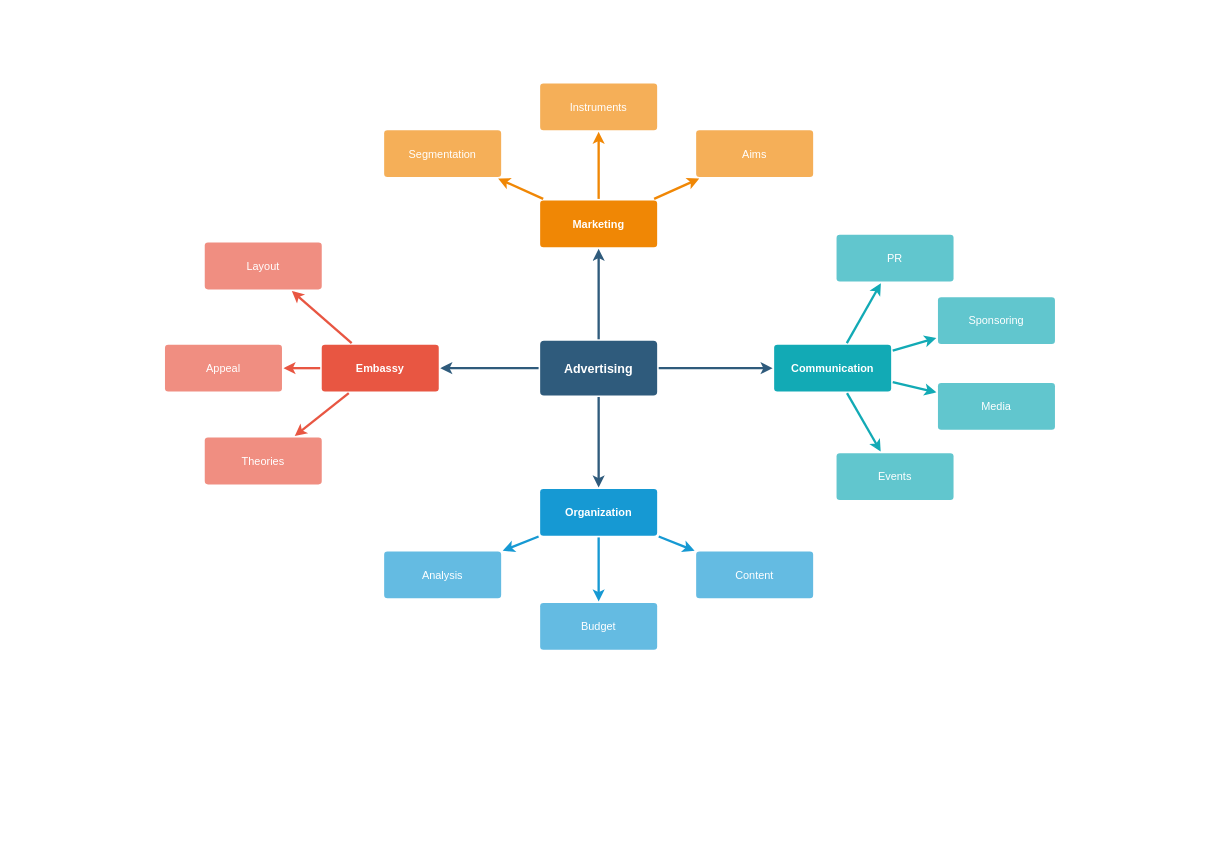
Earlier version of the draw.io diagram Диаграмма без названия.drawio (Gaius-Capito/dance_site). Source tidied: cells renumbered, new cells numbered last; positions are measured from the earlier drawing's top-left corner, leaving out a move shared by most shapes. Both pictures are drawn from the tidied source at 78%, with x=0, y=0 at pixel (165, 83).
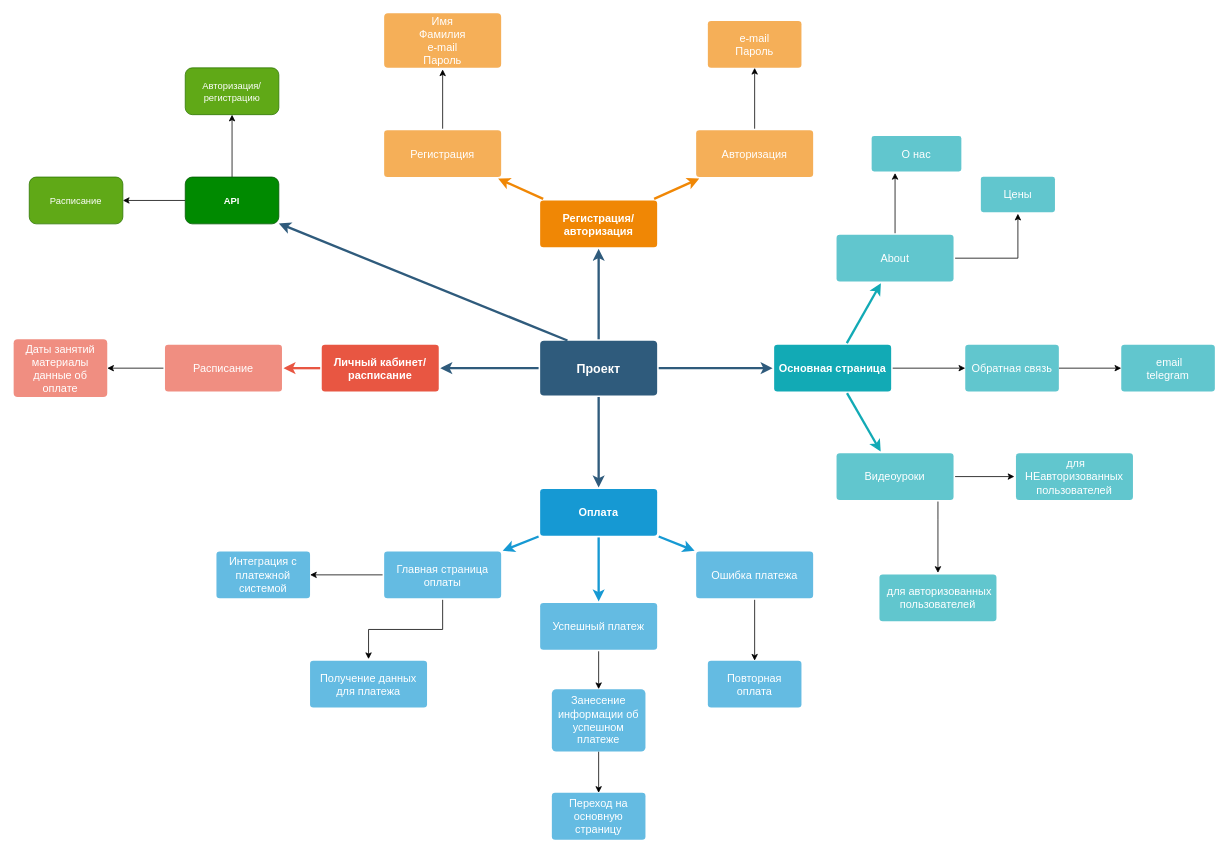
The same diagram, later.

Diff of the diagram source:
```diff
@@
-    <mxCell id="6" value="Advertising" style="rounded=1;whiteSpace=wrap;html=1;shadow=0;labelBackgroundColor=none;strokeColor=none;strokeWidth=3;fillColor=#2F5B7C;fontFamily=Helvetica;fontSize=16;fontColor=#FFFFFF;align=center;fontStyle=1;spacing=5;arcSize=7;perimeterSpacing=2;" parent="1" vertex="1">
+    <mxCell id="6" value="Проект" style="rounded=1;whiteSpace=wrap;html=1;shadow=0;labelBackgroundColor=none;strokeColor=none;strokeWidth=3;fillColor=#2F5B7C;fontFamily=Helvetica;fontSize=16;fontColor=#FFFFFF;align=center;fontStyle=1;spacing=5;arcSize=7;perimeterSpacing=2;" parent="1" vertex="1">
       <mxGeometry x="481" y="330.5" width="150" height="70" as="geometry" />
     </mxCell>
-    <mxCell id="7" style="edgeStyle=none;rounded=1;jumpStyle=none;html=1;shadow=0;labelBackgroundColor=none;startArrow=none;startFill=0;jettySize=auto;strokeColor=#E85642;strokeWidth=3;fontFamily=Helvetica;fontSize=14;fontColor=#FFFFFF;spacing=5;fontStyle=1;fillColor=#b0e3e6;" parent="1" edge="1" source="10" target="13">
-      <mxGeometry relative="1" as="geometry" />
-    </mxCell>
@@
-    <mxCell id="9" style="edgeStyle=none;rounded=1;jumpStyle=none;html=1;shadow=0;labelBackgroundColor=none;startArrow=none;startFill=0;jettySize=auto;strokeColor=#E85642;strokeWidth=3;fontFamily=Helvetica;fontSize=14;fontColor=#FFFFFF;spacing=5;fontStyle=1;fillColor=#b0e3e6;" parent="1" edge="1" source="10" target="11">
-      <mxGeometry relative="1" as="geometry" />
-    </mxCell>
-    <mxCell id="10" value="Embassy" style="rounded=1;whiteSpace=wrap;html=1;shadow=0;labelBackgroundColor=none;strokeColor=none;strokeWidth=3;fillColor=#e85642;fontFamily=Helvetica;fontSize=14;fontColor=#FFFFFF;align=center;spacing=5;fontStyle=1;arcSize=7;perimeterSpacing=2;" parent="1" vertex="1">
+    <mxCell id="10" value="Личный кабинет/расписание" style="rounded=1;whiteSpace=wrap;html=1;shadow=0;labelBackgroundColor=none;strokeColor=none;strokeWidth=3;fillColor=#e85642;fontFamily=Helvetica;fontSize=14;fontColor=#FFFFFF;align=center;spacing=5;fontStyle=1;arcSize=7;perimeterSpacing=2;" parent="1" vertex="1">
       <mxGeometry x="201" y="335.5" width="150" height="60" as="geometry" />
     </mxCell>
-    <mxCell id="11" value="Theories" style="rounded=1;whiteSpace=wrap;html=1;shadow=0;labelBackgroundColor=none;strokeColor=none;strokeWidth=3;fillColor=#f08e81;fontFamily=Helvetica;fontSize=14;fontColor=#FFFFFF;align=center;spacing=5;fontStyle=0;arcSize=7;perimeterSpacing=2;" parent="1" vertex="1">
-      <mxGeometry x="51" y="454.5" width="150" height="60" as="geometry" />
-    </mxCell>
+    <mxCell id="37" style="edgeStyle=orthogonalEdgeStyle;rounded=0;jettySize=auto;html=1;" parent="1" edge="1" source="12" target="65">
+      <mxGeometry relative="1" as="geometry" />
+    </mxCell>
-    <mxCell id="12" value="Appeal" style="rounded=1;whiteSpace=wrap;html=1;shadow=0;labelBackgroundColor=none;strokeColor=none;strokeWidth=3;fillColor=#f08e81;fontFamily=Helvetica;fontSize=14;fontColor=#FFFFFF;align=center;spacing=5;fontStyle=0;arcSize=7;perimeterSpacing=2;" parent="1" vertex="1">
+    <mxCell id="12" value="Расписание" style="rounded=1;whiteSpace=wrap;html=1;shadow=0;labelBackgroundColor=none;strokeColor=none;strokeWidth=3;fillColor=#f08e81;fontFamily=Helvetica;fontSize=14;fontColor=#FFFFFF;align=center;spacing=5;fontStyle=0;arcSize=7;perimeterSpacing=2;" parent="1" vertex="1">
       <mxGeometry y="335.5" width="150" height="60" as="geometry" />
     </mxCell>
-    <mxCell id="13" value="Layout" style="rounded=1;whiteSpace=wrap;html=1;shadow=0;labelBackgroundColor=none;strokeColor=none;strokeWidth=3;fillColor=#f08e81;fontFamily=Helvetica;fontSize=14;fontColor=#FFFFFF;align=center;spacing=5;fontStyle=0;arcSize=7;perimeterSpacing=2;" parent="1" vertex="1">
-      <mxGeometry x="51" y="204.5" width="150" height="60" as="geometry" />
-    </mxCell>
@@
-    <mxCell id="17" value="Organization" style="rounded=1;whiteSpace=wrap;html=1;shadow=0;labelBackgroundColor=none;strokeColor=none;strokeWidth=3;fillColor=#1699d3;fontFamily=Helvetica;fontSize=14;fontColor=#FFFFFF;align=center;spacing=5;fontStyle=1;arcSize=7;perimeterSpacing=2;" parent="1" vertex="1">
+    <mxCell id="17" value="Оплата" style="rounded=1;whiteSpace=wrap;html=1;shadow=0;labelBackgroundColor=none;strokeColor=none;strokeWidth=3;fillColor=#1699d3;fontFamily=Helvetica;fontSize=14;fontColor=#FFFFFF;align=center;spacing=5;fontStyle=1;arcSize=7;perimeterSpacing=2;" parent="1" vertex="1">
       <mxGeometry x="481" y="520.5" width="150" height="60" as="geometry" />
     </mxCell>
+    <mxCell id="38" style="edgeStyle=orthogonalEdgeStyle;rounded=0;jettySize=auto;html=1;exitX=0.5;exitY=1;exitDx=0;exitDy=0;entryX=0.5;entryY=0;entryDx=0;entryDy=0;" parent="1" edge="1" source="18" target="58">
+      <mxGeometry relative="1" as="geometry" />
+    </mxCell>
-    <mxCell id="18" value="Content" style="rounded=1;whiteSpace=wrap;html=1;shadow=0;labelBackgroundColor=none;strokeColor=none;strokeWidth=3;fillColor=#64bbe2;fontFamily=Helvetica;fontSize=14;fontColor=#FFFFFF;align=center;spacing=5;arcSize=7;perimeterSpacing=2;" parent="1" vertex="1">
+    <mxCell id="18" value="Ошибка платежа" style="rounded=1;whiteSpace=wrap;html=1;shadow=0;labelBackgroundColor=none;strokeColor=none;strokeWidth=3;fillColor=#64bbe2;fontFamily=Helvetica;fontSize=14;fontColor=#FFFFFF;align=center;spacing=5;arcSize=7;perimeterSpacing=2;" parent="1" vertex="1">
       <mxGeometry x="681" y="600.5" width="150" height="60" as="geometry" />
     </mxCell>
+    <mxCell id="39" style="edgeStyle=orthogonalEdgeStyle;rounded=0;jettySize=auto;html=1;" parent="1" edge="1" source="19" target="62">
+      <mxGeometry relative="1" as="geometry" />
+    </mxCell>
-    <mxCell id="19" value="Budget" style="rounded=1;whiteSpace=wrap;html=1;shadow=0;labelBackgroundColor=none;strokeColor=none;strokeWidth=3;fillColor=#64bbe2;fontFamily=Helvetica;fontSize=14;fontColor=#FFFFFF;align=center;spacing=5;arcSize=7;perimeterSpacing=2;" parent="1" vertex="1">
+    <mxCell id="19" value="Успешный платеж" style="rounded=1;whiteSpace=wrap;html=1;shadow=0;labelBackgroundColor=none;strokeColor=none;strokeWidth=3;fillColor=#64bbe2;fontFamily=Helvetica;fontSize=14;fontColor=#FFFFFF;align=center;spacing=5;arcSize=7;perimeterSpacing=2;" parent="1" vertex="1">
       <mxGeometry x="481" y="666.5" width="150" height="60" as="geometry" />
     </mxCell>
+    <mxCell id="40" style="edgeStyle=orthogonalEdgeStyle;rounded=0;jettySize=auto;html=1;" parent="1" edge="1" source="20" target="59">
+      <mxGeometry relative="1" as="geometry" />
+    </mxCell>
+    <mxCell id="41" style="edgeStyle=orthogonalEdgeStyle;rounded=0;jettySize=auto;html=1;" parent="1" edge="1" source="20" target="60">
+      <mxGeometry relative="1" as="geometry" />
+    </mxCell>
-    <mxCell id="20" value="Analysis" style="rounded=1;whiteSpace=wrap;html=1;shadow=0;labelBackgroundColor=none;strokeColor=none;strokeWidth=3;fillColor=#64bbe2;fontFamily=Helvetica;fontSize=14;fontColor=#FFFFFF;align=center;spacing=5;arcSize=7;perimeterSpacing=2;" parent="1" vertex="1">
+    <mxCell id="20" value="Главная страница оплаты" style="rounded=1;whiteSpace=wrap;html=1;shadow=0;labelBackgroundColor=none;strokeColor=none;strokeWidth=3;fillColor=#64bbe2;fontFamily=Helvetica;fontSize=14;fontColor=#FFFFFF;align=center;spacing=5;arcSize=7;perimeterSpacing=2;" parent="1" vertex="1">
       <mxGeometry x="281" y="600.5" width="150" height="60" as="geometry" />
     </mxCell>
-    <mxCell id="21" value="Marketing" style="rounded=1;whiteSpace=wrap;html=1;shadow=0;labelBackgroundColor=none;strokeColor=none;strokeWidth=3;fillColor=#F08705;fontFamily=Helvetica;fontSize=14;fontColor=#FFFFFF;align=center;spacing=5;fontStyle=1;arcSize=7;perimeterSpacing=2;" parent="1" vertex="1">
+    <mxCell id="21" value="Регистрация/авторизация" style="rounded=1;whiteSpace=wrap;html=1;shadow=0;labelBackgroundColor=none;strokeColor=none;strokeWidth=3;fillColor=#F08705;fontFamily=Helvetica;fontSize=14;fontColor=#FFFFFF;align=center;spacing=5;fontStyle=1;arcSize=7;perimeterSpacing=2;" parent="1" vertex="1">
       <mxGeometry x="481" y="150.5" width="150" height="60" as="geometry" />
     </mxCell>
+    <mxCell id="42" style="edgeStyle=orthogonalEdgeStyle;rounded=0;jettySize=auto;html=1;" parent="1" edge="1" source="22" target="54">
+      <mxGeometry relative="1" as="geometry" />
+    </mxCell>
-    <mxCell id="22" value="Aims&lt;br&gt;" style="rounded=1;whiteSpace=wrap;html=1;shadow=0;labelBackgroundColor=none;strokeColor=none;strokeWidth=3;fillColor=#f5af58;fontFamily=Helvetica;fontSize=14;fontColor=#FFFFFF;align=center;spacing=5;arcSize=7;perimeterSpacing=2;" parent="1" vertex="1">
+    <mxCell id="22" value="Авторизация" style="rounded=1;whiteSpace=wrap;html=1;shadow=0;labelBackgroundColor=none;strokeColor=none;strokeWidth=3;fillColor=#f5af58;fontFamily=Helvetica;fontSize=14;fontColor=#FFFFFF;align=center;spacing=5;arcSize=7;perimeterSpacing=2;" parent="1" vertex="1">
       <mxGeometry x="681" y="60.5" width="150" height="60" as="geometry" />
     </mxCell>
@@
-    <mxCell id="24" value="Instruments" style="rounded=1;whiteSpace=wrap;html=1;shadow=0;labelBackgroundColor=none;strokeColor=none;strokeWidth=3;fillColor=#f5af58;fontFamily=Helvetica;fontSize=14;fontColor=#FFFFFF;align=center;spacing=5;arcSize=7;perimeterSpacing=2;" parent="1" vertex="1">
-      <mxGeometry x="481" y="0.5" width="150" height="60" as="geometry" />
-    </mxCell>
-    <mxCell id="25" style="edgeStyle=none;rounded=0;jumpStyle=none;html=1;shadow=0;labelBackgroundColor=none;startArrow=none;startFill=0;endArrow=classic;endFill=1;jettySize=auto;strokeColor=#F08705;strokeWidth=3;fontFamily=Helvetica;fontSize=14;fontColor=#FFFFFF;spacing=5;" parent="1" edge="1" source="21" target="24">
-      <mxGeometry relative="1" as="geometry" />
-    </mxCell>
+    <mxCell id="43" style="edgeStyle=orthogonalEdgeStyle;rounded=0;jettySize=auto;html=1;" parent="1" edge="1" source="26" target="53">
+      <mxGeometry relative="1" as="geometry" />
+    </mxCell>
-    <mxCell id="26" value="Segmentation" style="rounded=1;whiteSpace=wrap;html=1;shadow=0;labelBackgroundColor=none;strokeColor=none;strokeWidth=3;fillColor=#f5af58;fontFamily=Helvetica;fontSize=14;fontColor=#FFFFFF;align=center;spacing=5;arcSize=7;perimeterSpacing=2;" parent="1" vertex="1">
+    <mxCell id="26" value="Регистрация" style="rounded=1;whiteSpace=wrap;html=1;shadow=0;labelBackgroundColor=none;strokeColor=none;strokeWidth=3;fillColor=#f5af58;fontFamily=Helvetica;fontSize=14;fontColor=#FFFFFF;align=center;spacing=5;arcSize=7;perimeterSpacing=2;" parent="1" vertex="1">
       <mxGeometry x="281" y="60.5" width="150" height="60" as="geometry" />
     </mxCell>
@@
+    <mxCell id="44" style="edgeStyle=orthogonalEdgeStyle;rounded=0;jettySize=auto;html=1;" parent="1" edge="1" source="28" target="52">
+      <mxGeometry relative="1" as="geometry" />
+    </mxCell>
-    <mxCell id="28" value="Communication" style="rounded=1;whiteSpace=wrap;html=1;shadow=0;labelBackgroundColor=none;strokeColor=none;strokeWidth=3;fillColor=#12aab5;fontFamily=Helvetica;fontSize=14;fontColor=#FFFFFF;align=center;spacing=5;fontStyle=1;arcSize=7;perimeterSpacing=2;" parent="1" vertex="1">
+    <mxCell id="28" value="Основная страница" style="rounded=1;whiteSpace=wrap;html=1;shadow=0;labelBackgroundColor=none;strokeColor=none;strokeWidth=3;fillColor=#12aab5;fontFamily=Helvetica;fontSize=14;fontColor=#FFFFFF;align=center;spacing=5;fontStyle=1;arcSize=7;perimeterSpacing=2;" parent="1" vertex="1">
       <mxGeometry x="781" y="335.5" width="150" height="60" as="geometry" />
     </mxCell>
+    <mxCell id="45" style="edgeStyle=orthogonalEdgeStyle;rounded=0;jettySize=auto;html=1;" parent="1" edge="1" source="29" target="56">
+      <mxGeometry relative="1" as="geometry">
+        <Array as="points">
+          <mxPoint x="991" y="560" />
+          <mxPoint x="991" y="560" />
+        </Array>
+      </mxGeometry>
+    </mxCell>
+    <mxCell id="46" style="edgeStyle=orthogonalEdgeStyle;rounded=0;jettySize=auto;html=1;" parent="1" edge="1" source="29" target="57">
+      <mxGeometry relative="1" as="geometry" />
+    </mxCell>
-    <mxCell id="29" value="Events" style="rounded=1;whiteSpace=wrap;html=1;shadow=0;labelBackgroundColor=none;strokeColor=none;strokeWidth=3;fillColor=#61c6ce;fontFamily=Helvetica;fontSize=14;fontColor=#FFFFFF;align=center;spacing=5;fontStyle=0;arcSize=7;perimeterSpacing=2;" parent="1" vertex="1">
+    <mxCell id="29" value="Видеоуроки" style="rounded=1;whiteSpace=wrap;html=1;shadow=0;labelBackgroundColor=none;strokeColor=none;strokeWidth=3;fillColor=#61c6ce;fontFamily=Helvetica;fontSize=14;fontColor=#FFFFFF;align=center;spacing=5;fontStyle=0;arcSize=7;perimeterSpacing=2;" parent="1" vertex="1">
       <mxGeometry x="861" y="474.5" width="150" height="60" as="geometry" />
     </mxCell>
@@
-    <mxCell id="31" value="Media" style="rounded=1;whiteSpace=wrap;html=1;shadow=0;labelBackgroundColor=none;strokeColor=none;strokeWidth=3;fillColor=#61c6ce;fontFamily=Helvetica;fontSize=14;fontColor=#FFFFFF;align=center;spacing=5;fontStyle=0;arcSize=7;perimeterSpacing=2;" parent="1" vertex="1">
-      <mxGeometry x="991" y="384.5" width="150" height="60" as="geometry" />
-    </mxCell>
-    <mxCell id="32" style="edgeStyle=none;rounded=1;jumpStyle=none;html=1;shadow=0;labelBackgroundColor=none;startArrow=none;startFill=0;jettySize=auto;strokeColor=#12AAB5;strokeWidth=3;fontFamily=Helvetica;fontSize=14;fontColor=#FFFFFF;spacing=5;fontStyle=1;fillColor=#b0e3e6;" parent="1" edge="1" source="28" target="31">
-      <mxGeometry relative="1" as="geometry" />
-    </mxCell>
-    <mxCell id="33" value="Sponsoring" style="rounded=1;whiteSpace=wrap;html=1;shadow=0;labelBackgroundColor=none;strokeColor=none;strokeWidth=3;fillColor=#61c6ce;fontFamily=Helvetica;fontSize=14;fontColor=#FFFFFF;align=center;spacing=5;fontStyle=0;arcSize=7;perimeterSpacing=2;" parent="1" vertex="1">
-      <mxGeometry x="991" y="274.5" width="150" height="60" as="geometry" />
-    </mxCell>
-    <mxCell id="34" style="edgeStyle=none;rounded=1;jumpStyle=none;html=1;shadow=0;labelBackgroundColor=none;startArrow=none;startFill=0;jettySize=auto;strokeColor=#12AAB5;strokeWidth=3;fontFamily=Helvetica;fontSize=14;fontColor=#FFFFFF;spacing=5;fontStyle=1;fillColor=#b0e3e6;" parent="1" edge="1" source="28" target="33">
-      <mxGeometry relative="1" as="geometry" />
-    </mxCell>
+    <mxCell id="47" style="edgeStyle=orthogonalEdgeStyle;rounded=0;jettySize=auto;html=1;" parent="1" edge="1" source="35" target="49">
+      <mxGeometry relative="1" as="geometry">
+        <Array as="points">
+          <mxPoint x="936" y="120" />
+          <mxPoint x="936" y="120" />
+        </Array>
+      </mxGeometry>
+    </mxCell>
+    <mxCell id="48" style="edgeStyle=orthogonalEdgeStyle;rounded=0;jettySize=auto;html=1;" parent="1" edge="1" source="35" target="50">
+      <mxGeometry relative="1" as="geometry" />
+    </mxCell>
-    <mxCell id="35" value="PR" style="rounded=1;whiteSpace=wrap;html=1;shadow=0;labelBackgroundColor=none;strokeColor=none;strokeWidth=3;fillColor=#61c6ce;fontFamily=Helvetica;fontSize=14;fontColor=#FFFFFF;align=center;spacing=5;fontStyle=0;arcSize=7;perimeterSpacing=2;" parent="1" vertex="1">
+    <mxCell id="35" value="About" style="rounded=1;whiteSpace=wrap;html=1;shadow=0;labelBackgroundColor=none;strokeColor=none;strokeWidth=3;fillColor=#61c6ce;fontFamily=Helvetica;fontSize=14;fontColor=#FFFFFF;align=center;spacing=5;fontStyle=0;arcSize=7;perimeterSpacing=2;" parent="1" vertex="1">
       <mxGeometry x="861" y="194.5" width="150" height="60" as="geometry" />
     </mxCell>
@@
+    <mxCell id="49" value="О нас" style="rounded=1;whiteSpace=wrap;html=1;shadow=0;labelBackgroundColor=none;strokeColor=none;strokeWidth=3;fillColor=#61c6ce;fontFamily=Helvetica;fontSize=14;fontColor=#FFFFFF;align=center;spacing=5;fontStyle=0;arcSize=7;perimeterSpacing=2;" parent="1" vertex="1">
+      <mxGeometry x="906" y="67.8" width="115" height="45.5" as="geometry" />
+    </mxCell>
+    <mxCell id="50" value="Цены" style="rounded=1;whiteSpace=wrap;html=1;shadow=0;labelBackgroundColor=none;strokeColor=none;strokeWidth=3;fillColor=#61c6ce;fontFamily=Helvetica;fontSize=14;fontColor=#FFFFFF;align=center;spacing=5;fontStyle=0;arcSize=7;perimeterSpacing=2;" parent="1" vertex="1">
+      <mxGeometry x="1046" y="120" width="95" height="45.5" as="geometry" />
+    </mxCell>
+    <mxCell id="51" style="edgeStyle=orthogonalEdgeStyle;rounded=0;jettySize=auto;html=1;" parent="1" edge="1" source="52" target="55">
+      <mxGeometry relative="1" as="geometry" />
+    </mxCell>
+    <mxCell id="52" value="&lt;span style=&quot;font-weight: normal;&quot;&gt;Обратная связь&lt;/span&gt;" style="rounded=1;whiteSpace=wrap;html=1;fontSize=14;fillColor=#61C6CE;strokeColor=none;fontColor=#FFFFFF;shadow=0;labelBackgroundColor=none;strokeWidth=3;spacing=5;fontStyle=1;arcSize=7;" parent="1" vertex="1">
+      <mxGeometry x="1026" y="335.5" width="120" height="60" as="geometry" />
+    </mxCell>
+    <mxCell id="53" value="Имя&lt;br&gt;Фамилия&lt;br&gt;e-mail&lt;br&gt;Пароль" style="rounded=1;whiteSpace=wrap;html=1;shadow=0;labelBackgroundColor=none;strokeColor=none;strokeWidth=3;fillColor=#f5af58;fontFamily=Helvetica;fontSize=14;fontColor=#FFFFFF;align=center;spacing=5;arcSize=7;perimeterSpacing=2;" parent="1" vertex="1">
+      <mxGeometry x="281" y="-89.5" width="150" height="70" as="geometry" />
+    </mxCell>
+    <mxCell id="54" value="e-mail&lt;br style=&quot;border-color: var(--border-color);&quot;&gt;Пароль" style="whiteSpace=wrap;html=1;fontSize=14;fillColor=#f5af58;strokeColor=none;fontColor=#FFFFFF;rounded=1;shadow=0;labelBackgroundColor=none;strokeWidth=3;spacing=5;arcSize=7;" parent="1" vertex="1">
+      <mxGeometry x="696" y="-79.5" width="120" height="60" as="geometry" />
+    </mxCell>
+    <mxCell id="55" value="&lt;span style=&quot;font-weight: normal;&quot;&gt;&amp;nbsp;email&lt;br&gt;telegram&lt;br&gt;&lt;/span&gt;" style="rounded=1;whiteSpace=wrap;html=1;fontSize=14;fillColor=#61C6CE;strokeColor=none;fontColor=#FFFFFF;shadow=0;labelBackgroundColor=none;strokeWidth=3;spacing=5;fontStyle=1;arcSize=7;" parent="1" vertex="1">
+      <mxGeometry x="1226" y="335.5" width="120" height="60" as="geometry" />
+    </mxCell>
+    <mxCell id="56" value="&amp;nbsp;для авторизованных пользователей" style="rounded=1;whiteSpace=wrap;html=1;shadow=0;labelBackgroundColor=none;strokeColor=none;strokeWidth=3;fillColor=#61c6ce;fontFamily=Helvetica;fontSize=14;fontColor=#FFFFFF;align=center;spacing=5;fontStyle=0;arcSize=7;perimeterSpacing=2;" parent="1" vertex="1">
+      <mxGeometry x="916" y="630" width="150" height="60" as="geometry" />
+    </mxCell>
+    <mxCell id="57" value="&amp;nbsp;для НЕавторизованных пользователей" style="rounded=1;whiteSpace=wrap;html=1;shadow=0;labelBackgroundColor=none;strokeColor=none;strokeWidth=3;fillColor=#61c6ce;fontFamily=Helvetica;fontSize=14;fontColor=#FFFFFF;align=center;spacing=5;fontStyle=0;arcSize=7;perimeterSpacing=2;" parent="1" vertex="1">
+      <mxGeometry x="1091" y="474.5" width="150" height="60" as="geometry" />
+    </mxCell>
+    <mxCell id="58" value="Повторная оплата" style="whiteSpace=wrap;html=1;fontSize=14;fillColor=#64bbe2;strokeColor=none;fontColor=#FFFFFF;rounded=1;shadow=0;labelBackgroundColor=none;strokeWidth=3;spacing=5;arcSize=7;" parent="1" vertex="1">
+      <mxGeometry x="696" y="740.5" width="120" height="60" as="geometry" />
+    </mxCell>
+    <mxCell id="59" value="Интеграция с платежной системой" style="whiteSpace=wrap;html=1;fontSize=14;fillColor=#64bbe2;strokeColor=none;fontColor=#FFFFFF;rounded=1;shadow=0;labelBackgroundColor=none;strokeWidth=3;spacing=5;arcSize=7;" parent="1" vertex="1">
+      <mxGeometry x="66" y="600.5" width="120" height="60" as="geometry" />
+    </mxCell>
+    <mxCell id="60" value="Получение данных для платежа" style="rounded=1;whiteSpace=wrap;html=1;shadow=0;labelBackgroundColor=none;strokeColor=none;strokeWidth=3;fillColor=#64bbe2;fontFamily=Helvetica;fontSize=14;fontColor=#FFFFFF;align=center;spacing=5;arcSize=7;perimeterSpacing=2;" parent="1" vertex="1">
+      <mxGeometry x="186" y="740.5" width="150" height="60" as="geometry" />
+    </mxCell>
+    <mxCell id="61" style="edgeStyle=orthogonalEdgeStyle;rounded=0;jettySize=auto;html=1;" parent="1" edge="1" source="62" target="63">
+      <mxGeometry relative="1" as="geometry" />
+    </mxCell>
+    <mxCell id="62" value="Занесение информации об успешном платеже" style="whiteSpace=wrap;html=1;fontSize=14;fillColor=#64bbe2;strokeColor=none;fontColor=#FFFFFF;rounded=1;shadow=0;labelBackgroundColor=none;strokeWidth=3;spacing=5;arcSize=7;" parent="1" vertex="1">
+      <mxGeometry x="496" y="777" width="120" height="80" as="geometry" />
+    </mxCell>
+    <mxCell id="63" value="Переход на основную страницу" style="whiteSpace=wrap;html=1;fontSize=14;fillColor=#64bbe2;strokeColor=none;fontColor=#FFFFFF;rounded=1;shadow=0;labelBackgroundColor=none;strokeWidth=3;spacing=5;arcSize=7;" parent="1" vertex="1">
+      <mxGeometry x="496" y="910" width="120" height="60" as="geometry" />
+    </mxCell>
+    <mxCell id="64" style="endArrow=classic;html=1;rounded=0;strokeColor=#2F5B7C;strokeWidth=3;" parent="1" edge="1">
+      <mxGeometry relative="1" as="geometry">
+        <mxPoint x="516" y="330" as="sourcePoint" />
+        <mxPoint x="146" y="180" as="targetPoint" />
+      </mxGeometry>
+    </mxCell>
+    <mxCell id="65" value="Даты занятий&lt;br&gt;материалы&lt;br&gt;данные об оплате" style="whiteSpace=wrap;html=1;fontSize=14;fillColor=#f08e81;strokeColor=none;fontColor=#FFFFFF;rounded=1;shadow=0;labelBackgroundColor=none;strokeWidth=3;spacing=5;fontStyle=0;arcSize=7;" parent="1" vertex="1">
+      <mxGeometry x="-194" y="328.5" width="120" height="74" as="geometry" />
+    </mxCell>
+    <mxCell id="66" style="edgeStyle=orthogonalEdgeStyle;rounded=0;jettySize=auto;html=1;strokeColor=#050505;strokeWidth=1;" parent="1" edge="1" source="68" target="69">
+      <mxGeometry relative="1" as="geometry" />
+    </mxCell>
+    <mxCell id="67" style="edgeStyle=orthogonalEdgeStyle;rounded=0;jettySize=auto;html=1;strokeColor=#050505;strokeWidth=1;" parent="1" edge="1" source="68" target="70">
+      <mxGeometry relative="1" as="geometry" />
+    </mxCell>
+    <mxCell id="68" value="&lt;b&gt;API&lt;/b&gt;" style="rounded=1;whiteSpace=wrap;html=1;fillColor=#008a00;fontColor=#ffffff;strokeColor=#005700;" parent="1" vertex="1">
+      <mxGeometry x="26" y="120.5" width="120" height="60" as="geometry" />
+    </mxCell>
+    <mxCell id="69" value="Расписание" style="whiteSpace=wrap;html=1;fillColor=#60a917;strokeColor=#2D7600;fontColor=#ffffff;rounded=1;" parent="1" vertex="1">
+      <mxGeometry x="-174" y="120.5" width="120" height="60" as="geometry" />
+    </mxCell>
+    <mxCell id="70" value="Авторизация/регистрацию" style="whiteSpace=wrap;html=1;fillColor=#60a917;strokeColor=#2D7600;fontColor=#ffffff;rounded=1;" parent="1" vertex="1">
+      <mxGeometry x="26" y="-19.5" width="120" height="60" as="geometry" />
+    </mxCell>
```
